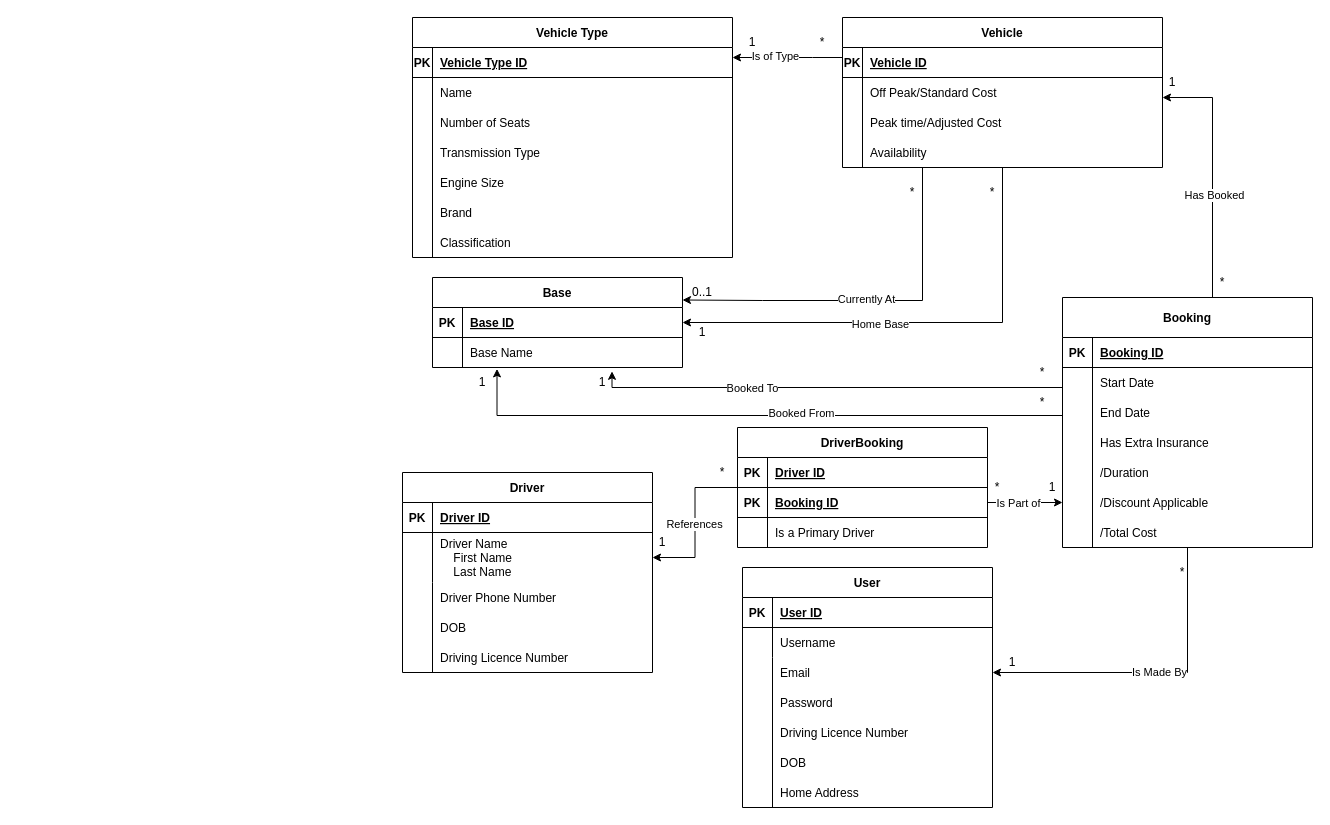
Above: CW1 ERD.drawio in Daniel-Fejdych/Daniel-Fejdych.github.io (draw.io), before the change. Source tidied: cells renumbered, new cells numbered last; positions are measured from the earlier drawing's top-left corner, leaving out a move shared by most shapes. Both pictures are drawn from the tidied source at 100%, with x=0, y=0 at pixel (402, 17).
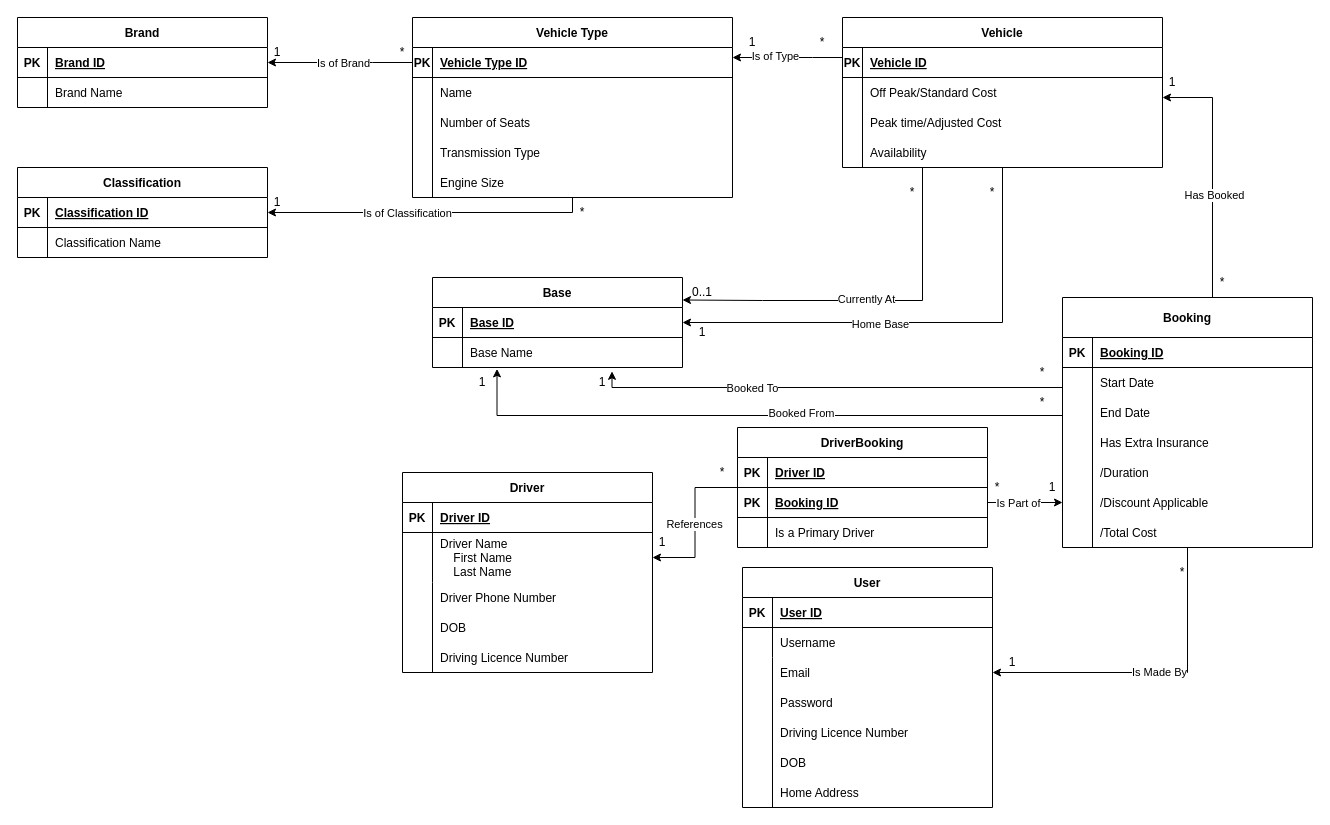
Above is the later version.

Change to the diagram source:
```diff
@@
+    <mxCell id="113" style="edgeStyle=orthogonalEdgeStyle;rounded=0;jettySize=auto;html=1;entryX=1;entryY=0.5;entryDx=0;entryDy=0;" parent="1" edge="1" source="107" target="123">
+      <mxGeometry relative="1" as="geometry">
+        <Array as="points">
+          <mxPoint x="-30" y="195" />
+          <mxPoint x="-30" y="195" />
+        </Array>
+      </mxGeometry>
+    </mxCell>
+    <mxCell id="114" value="Is of&amp;nbsp;Classification" style="edgeLabel;html=1;align=center;verticalAlign=middle;" parent="113" vertex="1">
+      <mxGeometry x="0.13" relative="1" as="geometry" />
+    </mxCell>
+    <mxCell id="115" style="edgeStyle=orthogonalEdgeStyle;rounded=0;jettySize=auto;html=1;entryX=1;entryY=0.5;entryDx=0;entryDy=0;" parent="1" edge="1" source="107" target="117">
+      <mxGeometry relative="1" as="geometry">
+        <Array as="points">
+          <mxPoint x="-30" y="45" />
+          <mxPoint x="-30" y="45" />
+        </Array>
+      </mxGeometry>
+    </mxCell>
+    <mxCell id="116" value="Is of Brand" style="edgeLabel;html=1;align=center;verticalAlign=middle;" parent="115" vertex="1">
+      <mxGeometry x="0.23" y="-1" relative="1" as="geometry">
+        <mxPoint x="19" y="1" as="offset" />
+      </mxGeometry>
+    </mxCell>
     <mxCell id="107" value="Vehicle Type" style="shape=table;startSize=30;childLayout=tableLayout;rowLines=0;fontStyle=1;align=center;" parent="1" vertex="1">
-      <mxGeometry x="10" width="320" height="240" as="geometry" />
+      <mxGeometry x="10" width="320" height="180" as="geometry" />
     </mxCell>
@@
-    <mxCell id="111" value="Brand" style="shape=partialRectangle;overflow=hidden;fillColor=none;top=0;left=1;bottom=0;right=0;align=left;spacingLeft=6;fontStyle=0;" parent="1" vertex="1">
-      <mxGeometry x="30" y="180" width="300" height="30" as="geometry" />
+    <mxCell id="111" value="Brand" style="shape=table;startSize=30;childLayout=tableLayout;rowLines=0;fontStyle=1;align=center;" parent="1" vertex="1">
+      <mxGeometry x="-385" width="250" height="90" as="geometry" />
     </mxCell>
+    <mxCell id="117" style="shape=partialRectangle;fillColor=none;points=[[0,0.5],[1,0.5]];portConstraint=eastwest;top=0;left=0;right=0;bottom=1;" parent="111" vertex="1">
+      <mxGeometry y="30" width="250" height="30" as="geometry" />
+    </mxCell>
+    <mxCell id="118" value="PK" style="shape=partialRectangle;overflow=hidden;fillColor=none;top=0;left=0;bottom=0;right=0;fontStyle=1;" parent="117" vertex="1">
+      <mxGeometry width="30" height="30" as="geometry" />
+    </mxCell>
+    <mxCell id="119" value="Brand ID" style="shape=partialRectangle;overflow=hidden;fillColor=none;top=0;left=0;bottom=0;right=0;align=left;spacingLeft=6;fontStyle=5;" parent="117" vertex="1">
+      <mxGeometry x="30" width="220" height="30" as="geometry" />
+    </mxCell>
+    <mxCell id="120" style="shape=partialRectangle;fillColor=none;top=0;left=0;right=0;bottom=0;" parent="111" vertex="1">
+      <mxGeometry y="60" width="250" height="30" as="geometry" />
+    </mxCell>
+    <mxCell id="121" style="shape=partialRectangle;overflow=hidden;fillColor=none;top=0;left=0;bottom=0;right=0;" parent="120" vertex="1">
+      <mxGeometry width="30" height="30" as="geometry" />
+    </mxCell>
+    <mxCell id="122" value="Brand Name" style="shape=partialRectangle;overflow=hidden;fillColor=none;top=0;left=0;bottom=0;right=0;align=left;spacingLeft=6;" parent="120" vertex="1">
+      <mxGeometry x="30" width="220" height="30" as="geometry" />
+    </mxCell>
-    <mxCell id="112" value="Classification" style="shape=partialRectangle;overflow=hidden;fillColor=none;top=0;left=1;bottom=0;right=0;align=left;spacingLeft=6;fontStyle=0;" parent="1" vertex="1">
-      <mxGeometry x="30" y="210" width="300" height="30" as="geometry" />
+    <mxCell id="112" value="Classification" style="shape=table;startSize=30;childLayout=tableLayout;rowLines=0;fontStyle=1;align=center;" parent="1" vertex="1">
+      <mxGeometry x="-385" y="150" width="250" height="90" as="geometry" />
     </mxCell>
+    <mxCell id="123" style="shape=partialRectangle;fillColor=none;points=[[0,0.5],[1,0.5]];portConstraint=eastwest;top=0;left=0;right=0;bottom=1;" parent="112" vertex="1">
+      <mxGeometry y="30" width="250" height="30" as="geometry" />
+    </mxCell>
+    <mxCell id="124" value="PK" style="shape=partialRectangle;overflow=hidden;fillColor=none;top=0;left=0;bottom=0;right=0;fontStyle=1;" parent="123" vertex="1">
+      <mxGeometry width="30" height="30" as="geometry" />
+    </mxCell>
+    <mxCell id="125" value="Classification ID" style="shape=partialRectangle;overflow=hidden;fillColor=none;top=0;left=0;bottom=0;right=0;align=left;spacingLeft=6;fontStyle=5;" parent="123" vertex="1">
+      <mxGeometry x="30" width="220" height="30" as="geometry" />
+    </mxCell>
+    <mxCell id="126" style="shape=partialRectangle;fillColor=none;top=0;left=0;right=0;bottom=0;" parent="112" vertex="1">
+      <mxGeometry y="60" width="250" height="30" as="geometry" />
+    </mxCell>
+    <mxCell id="127" style="shape=partialRectangle;overflow=hidden;fillColor=none;top=0;left=0;bottom=0;right=0;" parent="126" vertex="1">
+      <mxGeometry width="30" height="30" as="geometry" />
+    </mxCell>
+    <mxCell id="128" value="Classification Name" style="shape=partialRectangle;overflow=hidden;fillColor=none;top=0;left=0;bottom=0;right=0;align=left;spacingLeft=6;" parent="126" vertex="1">
+      <mxGeometry x="30" width="220" height="30" as="geometry" />
+    </mxCell>
+    <mxCell id="129" value="1" style="text;html=1;strokeColor=none;fillColor=none;align=center;verticalAlign=middle;whiteSpace=wrap;rounded=0;" parent="1" vertex="1">
+      <mxGeometry x="-135" y="170" width="20" height="30" as="geometry" />
+    </mxCell>
+    <mxCell id="130" value="1" style="text;html=1;strokeColor=none;fillColor=none;align=center;verticalAlign=middle;whiteSpace=wrap;rounded=0;" parent="1" vertex="1">
+      <mxGeometry x="-135" y="20" width="20" height="30" as="geometry" />
+    </mxCell>
+    <mxCell id="131" value="*" style="text;html=1;strokeColor=none;fillColor=none;align=center;verticalAlign=middle;whiteSpace=wrap;rounded=0;" parent="1" vertex="1">
+      <mxGeometry x="-10" y="20" width="20" height="30" as="geometry" />
+    </mxCell>
+    <mxCell id="132" value="*" style="text;html=1;strokeColor=none;fillColor=none;align=center;verticalAlign=middle;whiteSpace=wrap;rounded=0;" parent="1" vertex="1">
+      <mxGeometry x="170" y="180" width="20" height="30" as="geometry" />
+    </mxCell>
```
